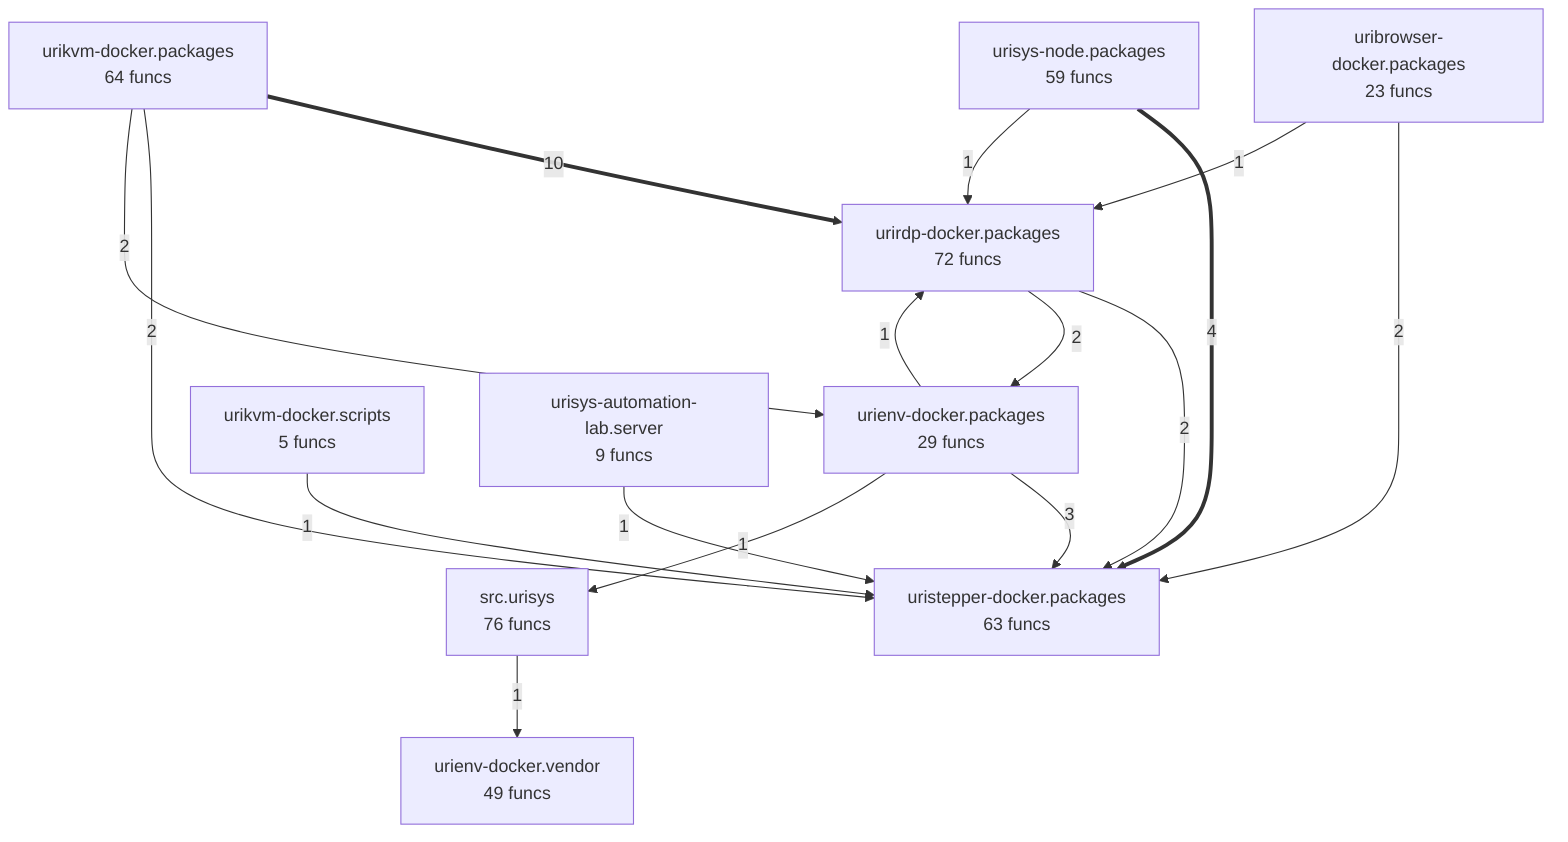
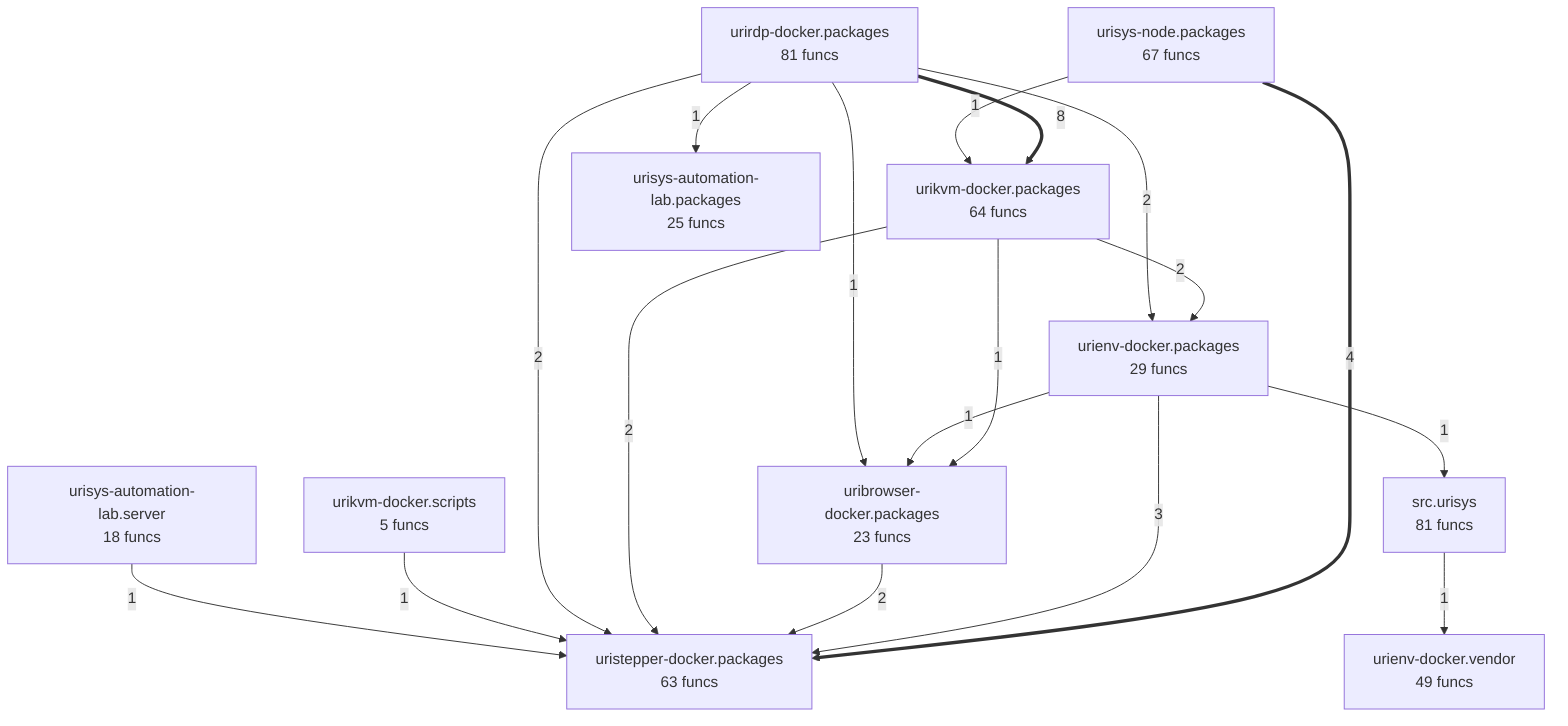
flowchart TD
- %% generated in 0.02s
-     src__urisys["src.urisys<br/>76 funcs"]
+ %% generated in 0.01s
+     src__urisys["src.urisys<br/>81 funcs"]
    uribrowser_docker__packages["uribrowser-docker.packages<br/>23 funcs"]
    urienv_docker__packages["urienv-docker.packages<br/>29 funcs"]
    urienv_docker__vendor["urienv-docker.vendor<br/>49 funcs"]
    urikvm_docker__packages["urikvm-docker.packages<br/>64 funcs"]
    urikvm_docker__scripts["urikvm-docker.scripts<br/>5 funcs"]
-     urirdp_docker__packages["urirdp-docker.packages<br/>72 funcs"]
+     urirdp_docker__packages["urirdp-docker.packages<br/>81 funcs"]
    uristepper_docker__packages["uristepper-docker.packages<br/>63 funcs"]
-     urisys_automation_lab__server["urisys-automation-lab.server<br/>9 funcs"]
-     urisys_node__packages["urisys-node.packages<br/>59 funcs"]
-     urikvm_docker__packages ==>|10| urirdp_docker__packages
+     urisys_automation_lab__packages["urisys-automation-lab.packages<br/>25 funcs"]
+     urisys_automation_lab__server["urisys-automation-lab.server<br/>18 funcs"]
+     urisys_node__packages["urisys-node.packages<br/>67 funcs"]
+     urirdp_docker__packages ==>|8| urikvm_docker__packages
    urisys_node__packages ==>|4| uristepper_docker__packages
    urienv_docker__packages -->|3| uristepper_docker__packages
-     urirdp_docker__packages -->|2| uristepper_docker__packages
-     urirdp_docker__packages -->|2| urienv_docker__packages
    uribrowser_docker__packages -->|2| uristepper_docker__packages
    urikvm_docker__packages -->|2| uristepper_docker__packages
    urikvm_docker__packages -->|2| urienv_docker__packages
+     urirdp_docker__packages -->|2| uristepper_docker__packages
+     urirdp_docker__packages -->|2| urienv_docker__packages
    src__urisys -->|1| urienv_docker__vendor
-     uribrowser_docker__packages -->|1| urirdp_docker__packages
+     urikvm_docker__packages -->|1| uribrowser_docker__packages
    urikvm_docker__scripts -->|1| uristepper_docker__packages
+     urienv_docker__packages -->|1| src__urisys
+     urienv_docker__packages -->|1| uribrowser_docker__packages
+     urisys_node__packages -->|1| urikvm_docker__packages
+     urirdp_docker__packages -->|1| uribrowser_docker__packages
    urisys_automation_lab__server -->|1| uristepper_docker__packages
-     urienv_docker__packages -->|1| src__urisys
-     urienv_docker__packages -->|1| urirdp_docker__packages
-     urisys_node__packages -->|1| urirdp_docker__packages
+     urirdp_docker__packages -->|1| urisys_automation_lab__packages
